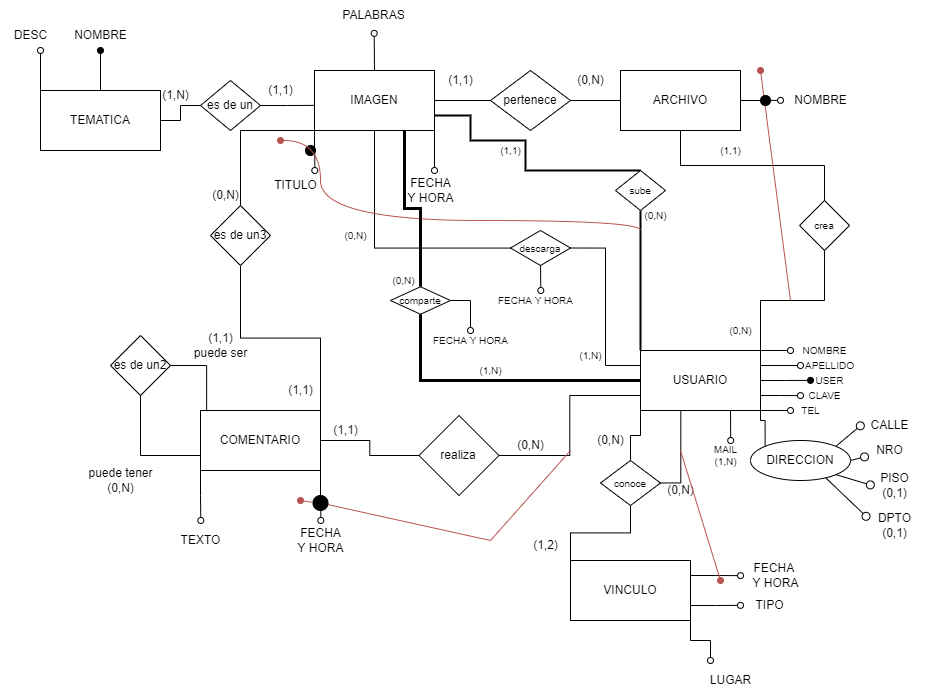
Above: PRACTICA 2/Ejercicio2/Ejercicio2-conceptual.png in agusrnfr/DBD (draw.io), before the change. Source tidied: cells renumbered, new cells last; positions are measured from the earlier drawing's top-left corner, leaving out a move shared by most shapes.
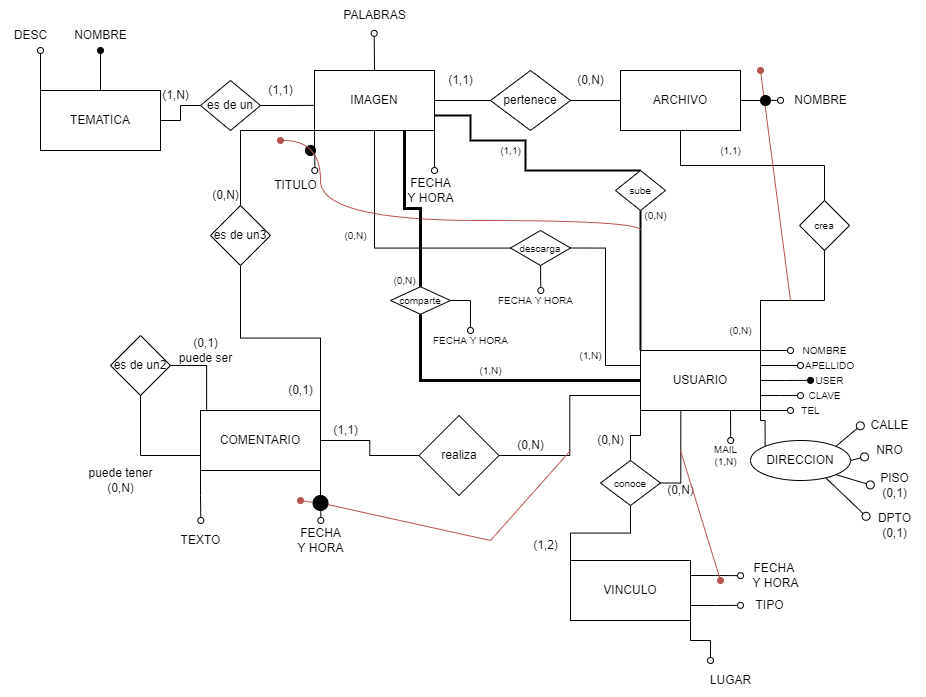
The same file after the commit.

What changed in the source:
```diff
@@ -372,8 +372,8 @@
     <mxCell id="101" value="es de un2" style="rhombus;whiteSpace=wrap;html=1;fontSize=12;fontColor=#000000;fillColor=#FFFFFF;" parent="1" vertex="1">
       <mxGeometry x="110" y="335" width="60" height="60" as="geometry" />
     </mxCell>
-    <mxCell id="102" value="(1,1)&lt;br&gt;puede ser" style="text;html=1;align=center;verticalAlign=middle;strokeColor=none;fillColor=none;fontSize=12;fontColor=#000000;" parent="1" vertex="1">
-      <mxGeometry x="180" y="325" width="80" height="40" as="geometry" />
+    <mxCell id="102" value="(0,1)&lt;br&gt;puede ser" style="text;html=1;align=center;verticalAlign=middle;strokeColor=none;fillColor=none;fontSize=12;fontColor=#000000;" parent="1" vertex="1">
+      <mxGeometry x="165" y="330" width="80" height="40" as="geometry" />
     </mxCell>
     <mxCell id="103" value="puede tener&lt;br&gt;(0,N)" style="text;html=1;align=center;verticalAlign=middle;strokeColor=none;fillColor=none;fontSize=12;fontColor=#000000;" parent="1" vertex="1">
       <mxGeometry x="75" y="460" width="90" height="40" as="geometry" />
@@ -407,7 +407,7 @@
     <mxCell id="111" value="es de un3" style="rhombus;whiteSpace=wrap;html=1;fontSize=12;fontColor=#000000;fillColor=#FFFFFF;" parent="1" vertex="1">
       <mxGeometry x="210" y="205" width="60" height="60" as="geometry" />
     </mxCell>
-    <mxCell id="112" value="(1,1)" style="text;html=1;align=center;verticalAlign=middle;strokeColor=none;fillColor=none;fontSize=12;fontColor=#000000;" parent="1" vertex="1">
+    <mxCell id="112" value="(0,1)" style="text;html=1;align=center;verticalAlign=middle;strokeColor=none;fillColor=none;fontSize=12;fontColor=#000000;" parent="1" vertex="1">
       <mxGeometry x="275" y="375" width="50" height="30" as="geometry" />
     </mxCell>
     <mxCell id="113" value="(0,N)" style="text;html=1;align=center;verticalAlign=middle;strokeColor=none;fillColor=none;fontSize=12;fontColor=#000000;" parent="1" vertex="1">
```
